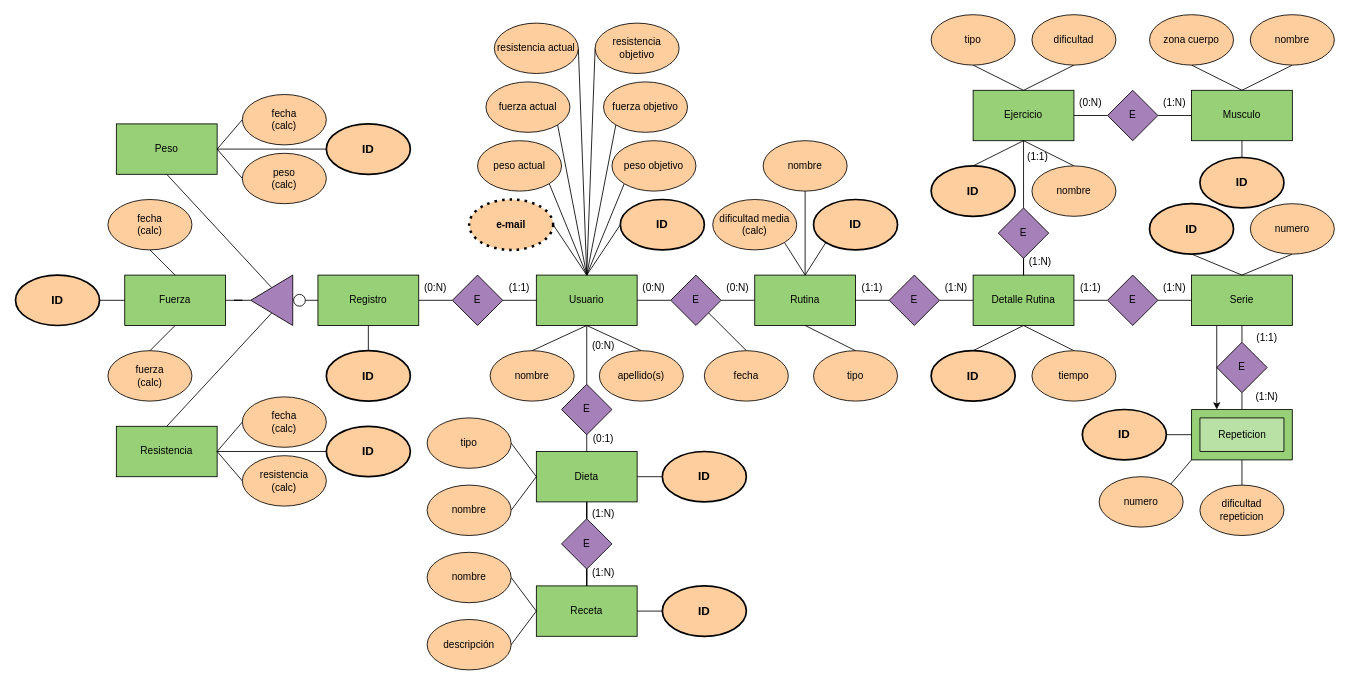
Earlier version of the draw.io diagram drawio/Grupo 8 ER Grupo 7.drawio (DiEgOfercri/Modelos-BBDD). Source tidied: cells renumbered, new cells numbered last; positions are measured from the earlier drawing's top-left corner, leaving out a move shared by most shapes. Both pictures are drawn from the tidied source at 84%, with x=0, y=0 at pixel (15, 14).
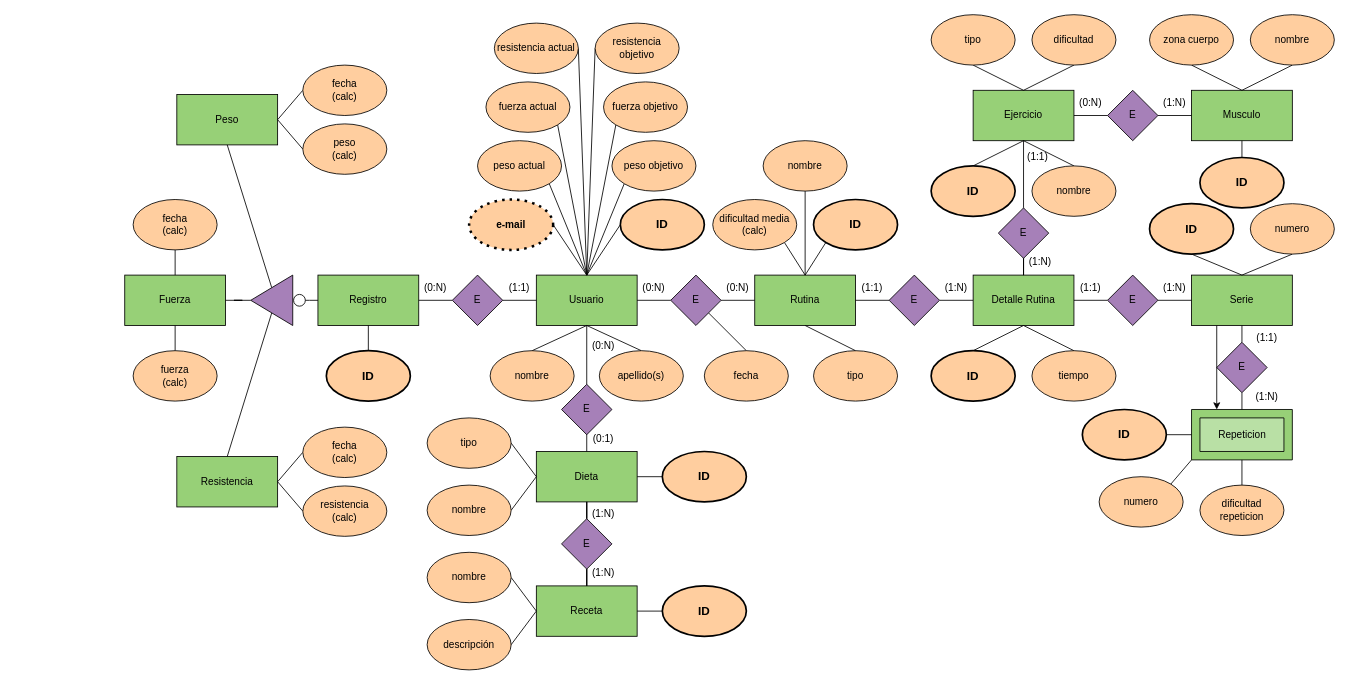
The same diagram, later.

Unchanged cells that the change refers to:
```xml
<mxCell id="122" value="Fuerza" style="rounded=0;whiteSpace=wrap;html=1;fillColor=#97D077;" parent="1" vertex="1">
  <mxGeometry x="130" y="310" width="120" height="60" as="geometry" />
</mxCell>
```

Diff of the diagram source:
```diff
@@
     <mxCell id="9" value="Peso" style="rounded=0;whiteSpace=wrap;html=1;fillColor=#97D077;" parent="1" vertex="1">
-      <mxGeometry x="120" y="130" width="120" height="60" as="geometry" />
+      <mxGeometry x="192" y="95" width="120" height="60" as="geometry" />
     </mxCell>
@@
     <mxCell id="31" value="Resistencia" style="rounded=0;whiteSpace=wrap;html=1;fillColor=#97D077;" parent="1" vertex="1">
-      <mxGeometry x="120" y="490" width="120" height="60" as="geometry" />
+      <mxGeometry x="192" y="526" width="120" height="60" as="geometry" />
     </mxCell>
@@
     <mxCell id="33" value="fecha&lt;br&gt;(calc)" style="ellipse;whiteSpace=wrap;html=1;fillColor=#FFCE9F;" parent="1" vertex="1">
-      <mxGeometry x="270" y="95" width="100" height="60" as="geometry" />
+      <mxGeometry x="342" y="60" width="100" height="60" as="geometry" />
     </mxCell>
@@
     <mxCell id="35" value="peso&lt;br&gt;(calc)" style="ellipse;whiteSpace=wrap;html=1;fillColor=#FFCE9F;" parent="1" vertex="1">
-      <mxGeometry x="270" y="165" width="100" height="60" as="geometry" />
+      <mxGeometry x="342" y="130" width="100" height="60" as="geometry" />
     </mxCell>
     <mxCell id="36" value="fecha&lt;br&gt;(calc)" style="ellipse;whiteSpace=wrap;html=1;fillColor=#FFCE9F;" parent="1" vertex="1">
-      <mxGeometry x="110" y="220" width="100" height="60" as="geometry" />
+      <mxGeometry x="140" y="220" width="100" height="60" as="geometry" />
     </mxCell>
     <mxCell id="37" value="fuerza&lt;br&gt;(calc)" style="ellipse;whiteSpace=wrap;html=1;fillColor=#FFCE9F;" parent="1" vertex="1">
-      <mxGeometry x="110" y="400" width="100" height="60" as="geometry" />
+      <mxGeometry x="140" y="400" width="100" height="60" as="geometry" />
     </mxCell>
@@
     <mxCell id="39" value="fecha&lt;br&gt;(calc)" style="ellipse;whiteSpace=wrap;html=1;fillColor=#FFCE9F;" parent="1" vertex="1">
-      <mxGeometry x="270" y="455" width="100" height="60" as="geometry" />
+      <mxGeometry x="342" y="491" width="100" height="60" as="geometry" />
     </mxCell>
@@
     <mxCell id="41" value="resistencia&lt;br&gt;(calc)" style="ellipse;whiteSpace=wrap;html=1;fillColor=#FFCE9F;" parent="1" vertex="1">
-      <mxGeometry x="270" y="525" width="100" height="60" as="geometry" />
+      <mxGeometry x="342" y="561" width="100" height="60" as="geometry" />
     </mxCell>
@@
-    <mxCell id="120" style="rounded=0;jettySize=auto;html=1;exitX=0;exitY=0.5;exitDx=0;exitDy=0;entryX=1;entryY=0.5;entryDx=0;entryDy=0;endArrow=none;endFill=0;" parent="1" edge="1" source="121" target="31">
-      <mxGeometry relative="1" as="geometry" />
-    </mxCell>
-    <mxCell id="121" value="ID" style="ellipse;whiteSpace=wrap;html=1;strokeWidth=2;fontStyle=1;fontSize=14;fillColor=#FFCE9F;" parent="1" vertex="1">
-      <mxGeometry x="370" y="490" width="100" height="60" as="geometry" />
-    </mxCell>
@@
-    <mxCell id="127" style="rounded=0;jettySize=auto;html=1;exitX=1;exitY=0.5;exitDx=0;exitDy=0;entryX=0;entryY=0.5;entryDx=0;entryDy=0;endArrow=none;endFill=0;" parent="1" edge="1" source="128" target="122">
-      <mxGeometry relative="1" as="geometry" />
-    </mxCell>
-    <mxCell id="128" value="ID" style="ellipse;whiteSpace=wrap;html=1;strokeWidth=2;fontStyle=1;fontSize=14;fillColor=#FFCE9F;" parent="1" vertex="1">
-      <mxGeometry y="310" width="100" height="60" as="geometry" />
-    </mxCell>
-    <mxCell id="129" style="rounded=0;jettySize=auto;html=1;exitX=0;exitY=0.5;exitDx=0;exitDy=0;entryX=1;entryY=0.5;entryDx=0;entryDy=0;endArrow=none;endFill=0;" parent="1" edge="1" source="130" target="9">
-      <mxGeometry relative="1" as="geometry" />
-    </mxCell>
-    <mxCell id="130" value="ID" style="ellipse;whiteSpace=wrap;html=1;strokeWidth=2;fontStyle=1;fontSize=14;fillColor=#FFCE9F;" parent="1" vertex="1">
-      <mxGeometry x="370" y="130" width="100" height="60" as="geometry" />
-    </mxCell>
```
